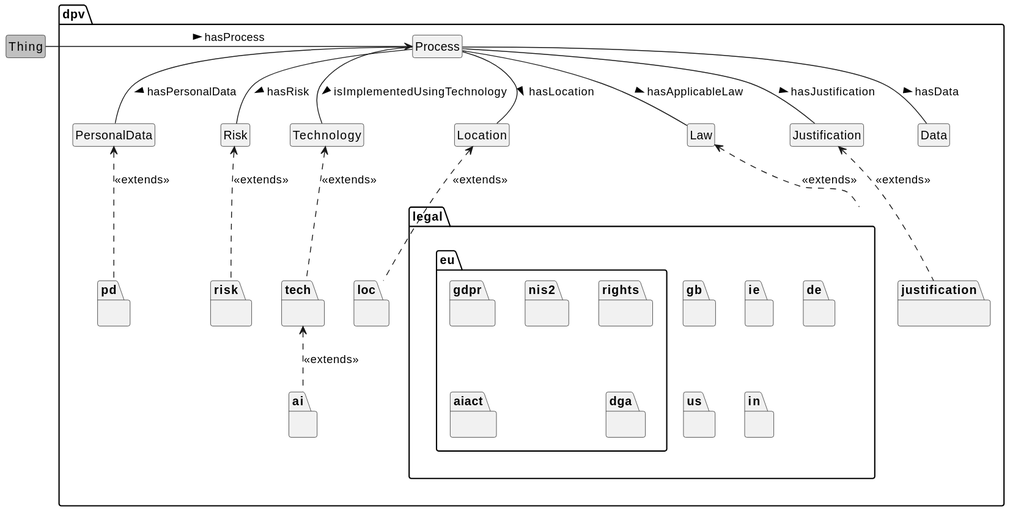
w3c/dpv keeps this PlantUML diagram as 2.1-dev/diagrams/dpv_packages.svg. Above is the earlier version.
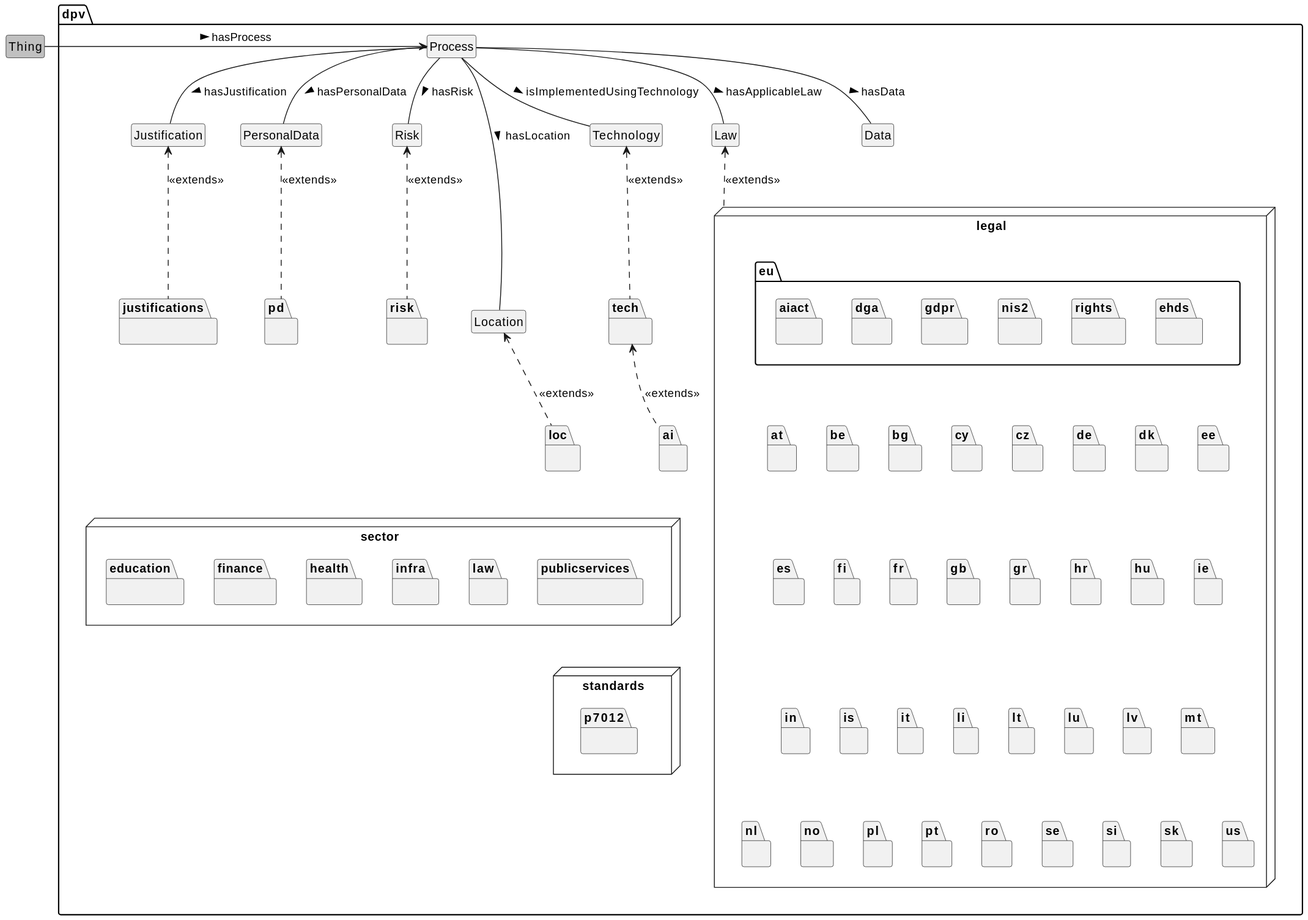
Above is the later version.

Change to the diagram source:
```diff
@@ -35,9 +35,9 @@
 }
 dpv.Technology <.. dpv.tech : <<extends>>
 
-package dpv.justification {
+package dpv.justifications {
 }
-dpv.Justification <.. dpv.justification : <<extends>>
+dpv.Justification <.. dpv.justifications : <<extends>>
 
 package dpv.loc {
 }
@@ -45,38 +45,103 @@
 package dpv.ai {
 }
 dpv.tech <.. dpv.ai : <<extends>>
-package dpv.legal {
-}
-dpv.Law <.. dpv.legal : <<extends>>
-package dpv.legal.de {
-}
-package dpv.legal.eu {
-}
-package dpv.legal.eu.aiact {
-}
-package dpv.legal.eu.dga {
-}
-package dpv.legal.eu.gdpr {
-}
-package dpv.legal.eu.nis2 {
-}
-package dpv.legal.eu.rights {
-}
-package dpv.legal.gb {
-}
-package dpv.legal.ie {
-}
-package dpv.legal.in {
-}
-package dpv.legal.us {
+
+package dpv.legal <<Node>> {
+	dpv.Law <.. dpv.legal : <<extends>>
+	package eu {
+		package aiact {}
+		package dga {}
+		package gdpr {}
+		package nis2 {}
+		package rights {}
+		package ehds {}
+	}
+	eu -[hidden]d- at
+	package at {}
+	at -[hidden]r- be
+	package be {}
+	be -[hidden]r- bg
+	package bg {}
+	bg -[hidden]r- cy
+	package cy {}
+	cy -[hidden]r- cz
+	package cz {}
+	cz -[hidden]r- de
+	package de {}
+	de -[hidden]r- dk
+	package dk {}
+	dk -[hidden]r- ee
+	package ee {}
+	ee -[hidden]d- es
+	package es {}
+	es -[hidden]r- fi
+	package fi {}
+	fi -[hidden]r- fr
+	package fr {}
+	fr -[hidden]r- gb
+	package gb {}
+	gb -[hidden]r- gr
+	package gr {}
+	gr -[hidden]r- hr
+	package hr {}
+	hr -[hidden]r- hu
+	package hu {}
+	hu -[hidden]r- ie
+	package ie {}
+	ie -[hidden]d- in
+	package in {}
+	in -[hidden]r- is
+	package is {}
+	is -[hidden]r- it
+	package it {}
+	it -[hidden]r- li
+	package li {}
+	li -[hidden]r- lt
+	package lt {}
+	lt -[hidden]r- lu
+	package lu {}
+	lu -[hidden]r- lv
+	package lv {}
+	lv -[hidden]r- mt
+	package mt {}
+	mt -[hidden]d- nl
+	package nl {}
+	nl -[hidden]r- no
+	package no {}
+	no -[hidden]r- pl
+	package pl {}
+	pl -[hidden]r- pt
+	package pt {}
+	pt -[hidden]r- ro
+	package ro {}
+	ro -[hidden]r- se
+	package se {}
+	se -[hidden]r- si
+	package si {}
+	si -[hidden]r- sk
+	package sk {}
+	sk -[hidden]r- us
+	package us {}
+
 }
 
-dpv.legal.gb -[hidden]d-dpv.legal.us
-dpv.legal.gb -[hidden]r-dpv.legal.ie
-dpv.legal.ie -[hidden]r-dpv.legal.de
-dpv.legal.ie -[hidden]d-dpv.legal.in
+package dpv.sector <<Node>> {
+	package education {}
+	package finance {}
+	package health {}
+	package infra {}
+	package law {}
+	package publicservices {}
+}
 
-dpv.legal.eu.rights -[hidden]d-dpv.legal.eu.dga
-dpv.legal.eu.gdpr -[hidden]d-dpv.legal.eu.aiact
-dpv.legal.eu.gdpr -[hidden]r-dpv.legal.eu.nis2
+package dpv.standards <<Node>> {
+	package p7012 {}
+}
+
+
+dpv.loc -[hidden]d- dpv.sector
+dpv.sector -[hidden]d- dpv.standards
+dpv.ai -[hidden]l- dpv.legal
+dpv.PersonalData -[hidden]l- dpv.Justification
+dpv.ai -[hidden]d- dpv.sector
 @enduml
```
